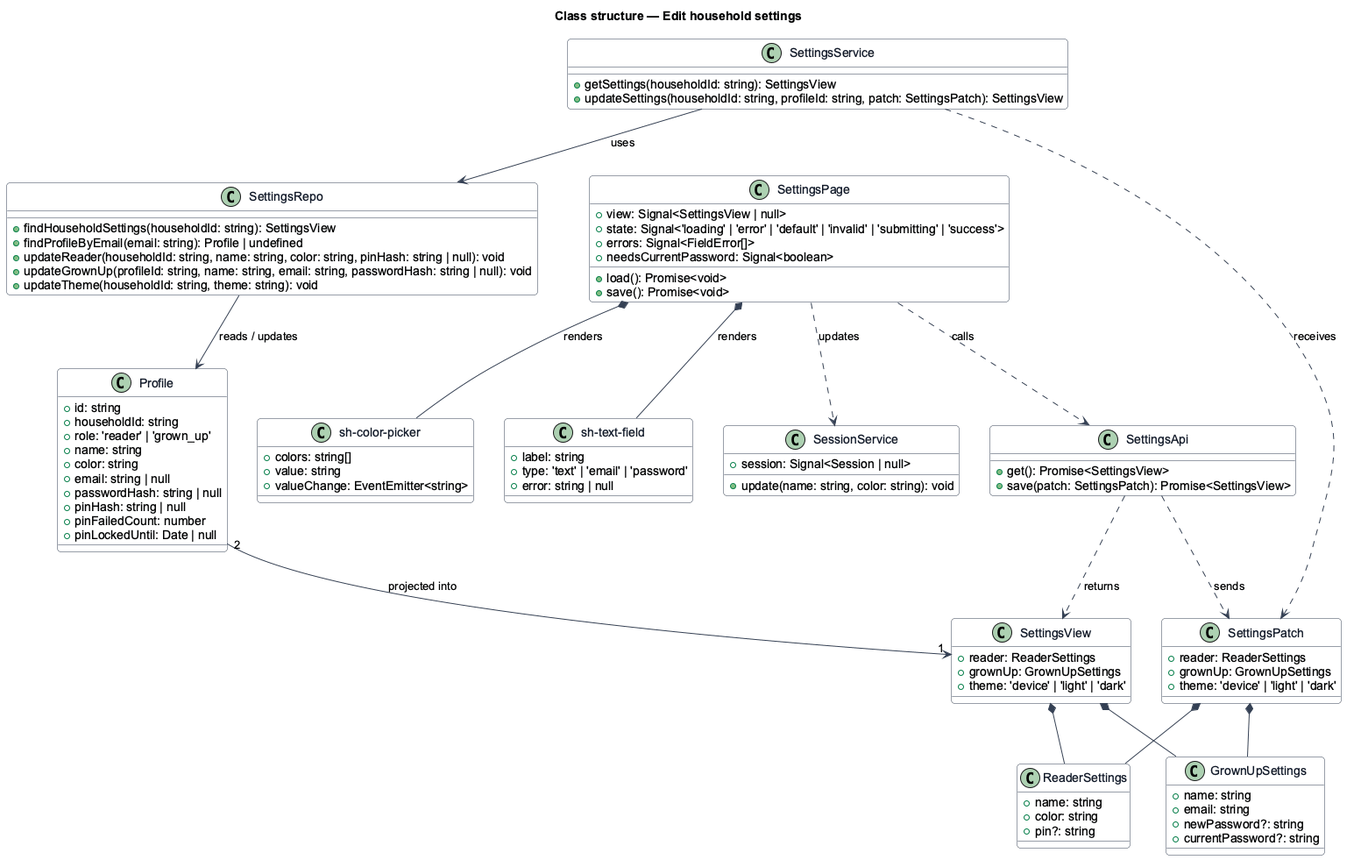
The PlantUML diagram docs/detailed-designs/settings/edit-household-settings/diagrams/class-structure.png in QuinntyneBrown/shelfie, before a commit. Source of this version:
```plantuml
@startuml
skinparam backgroundColor #FFFFFF
skinparam shadowing false
skinparam roundcorner 8
skinparam defaultFontName Arial
skinparam ArrowColor #344054
skinparam class {
  BorderColor #344054
  FontColor #101828
  BackgroundColor #F9FAFB
}
title Class structure — Edit household settings

class SettingsPage {
  +view: Signal<SettingsView | null>
  +state: Signal<'loading' | 'error' | 'default' | 'invalid' | 'submitting' | 'success'>
  +errors: Signal<FieldError[]>
  +needsCurrentPassword: Signal<boolean>
  +load(): Promise<void>
  +save(): Promise<void>
}

class "sh-color-picker" as ColorPicker {
  +colors: string[]
  +value: string
  +valueChange: EventEmitter<string>
}

class "sh-text-field" as TextField {
  +label: string
  +type: 'text' | 'email' | 'password'
  +error: string | null
}

class SettingsApi {
  +get(): Promise<SettingsView>
  +save(patch: SettingsPatch): Promise<SettingsView>
}

class SessionService {
  +session: Signal<Session | null>
  +update(name: string, color: string): void
}

class SettingsView {
  +reader: ReaderSettings
  +grownUp: GrownUpSettings
  +theme: 'device' | 'light' | 'dark'
}

class SettingsPatch {
  +reader: ReaderSettings
  +grownUp: GrownUpSettings
  +theme: 'device' | 'light' | 'dark'
}

class ReaderSettings {
  +name: string
  +color: string
  +pin?: string
}

class GrownUpSettings {
  +name: string
  +email: string
  +newPassword?: string
  +currentPassword?: string
}

class Profile {
  +id: string
  +householdId: string
  +role: 'reader' | 'grown_up'
  +name: string
  +color: string
  +email: string | null
  +passwordHash: string | null
  +pinHash: string | null
  +pinFailedCount: number
  +pinLockedUntil: Date | null
}

class SettingsService {
  +getSettings(householdId: string): SettingsView
  +updateSettings(householdId: string, profileId: string, patch: SettingsPatch): SettingsView
}

class SettingsRepo {
  +findHouseholdSettings(householdId: string): SettingsView
  +findProfileByEmail(email: string): Profile | undefined
  +updateReader(householdId: string, name: string, color: string, pinHash: string | null): void
  +updateGrownUp(profileId: string, name: string, email: string, passwordHash: string | null): void
  +updateTheme(householdId: string, theme: string): void
}

SettingsPage *-- ColorPicker : renders
SettingsPage *-- TextField : renders
SettingsPage ..> SettingsApi : calls
SettingsPage ..> SessionService : updates
SettingsApi ..> SettingsPatch : sends
SettingsApi ..> SettingsView : returns
SettingsView *-- ReaderSettings
SettingsView *-- GrownUpSettings
SettingsPatch *-- ReaderSettings
SettingsPatch *-- GrownUpSettings
SettingsService ..> SettingsPatch : receives
SettingsService --> SettingsRepo : uses
SettingsRepo --> Profile : reads / updates
Profile "2" --> "1" SettingsView : projected into
@enduml
```
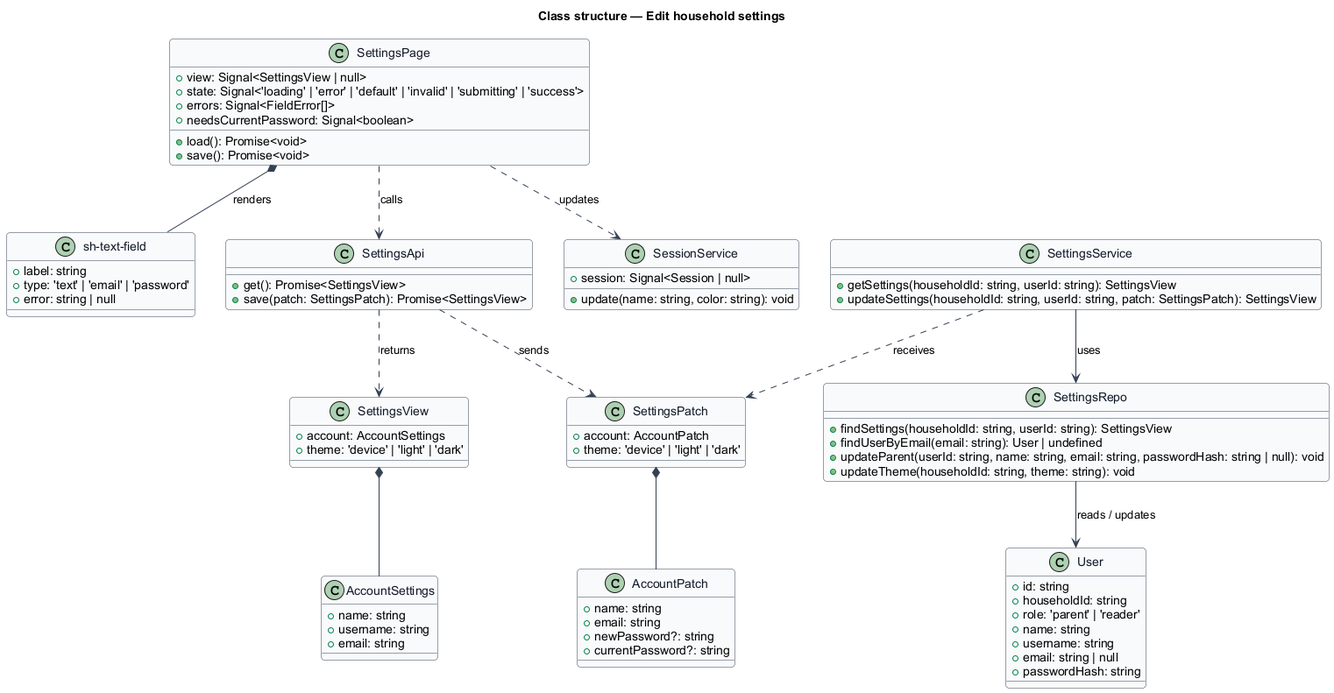
Later version of the same file.

What changed in the source:
```diff
@@ -20,12 +20,6 @@
   +save(): Promise<void>
 }
 
-class "sh-color-picker" as ColorPicker {
-  +colors: string[]
-  +value: string
-  +valueChange: EventEmitter<string>
-}
-
 class "sh-text-field" as TextField {
   +label: string
   +type: 'text' | 'email' | 'password'
@@ -43,68 +37,58 @@
 }
 
 class SettingsView {
-  +reader: ReaderSettings
-  +grownUp: GrownUpSettings
+  +account: AccountSettings
   +theme: 'device' | 'light' | 'dark'
 }
 
 class SettingsPatch {
-  +reader: ReaderSettings
-  +grownUp: GrownUpSettings
+  +account: AccountPatch
   +theme: 'device' | 'light' | 'dark'
 }
 
-class ReaderSettings {
+class AccountSettings {
   +name: string
-  +color: string
-  +pin?: string
+  +username: string
+  +email: string
 }
 
-class GrownUpSettings {
+class AccountPatch {
   +name: string
   +email: string
   +newPassword?: string
   +currentPassword?: string
 }
 
-class Profile {
+class User {
   +id: string
   +householdId: string
-  +role: 'reader' | 'grown_up'
+  +role: 'parent' | 'reader'
   +name: string
-  +color: string
+  +username: string
   +email: string | null
-  +passwordHash: string | null
-  +pinHash: string | null
-  +pinFailedCount: number
-  +pinLockedUntil: Date | null
+  +passwordHash: string
 }
 
 class SettingsService {
-  +getSettings(householdId: string): SettingsView
-  +updateSettings(householdId: string, profileId: string, patch: SettingsPatch): SettingsView
+  +getSettings(householdId: string, userId: string): SettingsView
+  +updateSettings(householdId: string, userId: string, patch: SettingsPatch): SettingsView
 }
 
 class SettingsRepo {
-  +findHouseholdSettings(householdId: string): SettingsView
-  +findProfileByEmail(email: string): Profile | undefined
-  +updateReader(householdId: string, name: string, color: string, pinHash: string | null): void
-  +updateGrownUp(profileId: string, name: string, email: string, passwordHash: string | null): void
+  +findSettings(householdId: string, userId: string): SettingsView
+  +findUserByEmail(email: string): User | undefined
+  +updateParent(userId: string, name: string, email: string, passwordHash: string | null): void
   +updateTheme(householdId: string, theme: string): void
 }
 
-SettingsPage *-- ColorPicker : renders
 SettingsPage *-- TextField : renders
 SettingsPage ..> SettingsApi : calls
 SettingsPage ..> SessionService : updates
 SettingsApi ..> SettingsPatch : sends
 SettingsApi ..> SettingsView : returns
-SettingsView *-- ReaderSettings
-SettingsView *-- GrownUpSettings
-SettingsPatch *-- ReaderSettings
-SettingsPatch *-- GrownUpSettings
+SettingsView *-- AccountSettings
+SettingsPatch *-- AccountPatch
 SettingsService ..> SettingsPatch : receives
 SettingsService --> SettingsRepo : uses
-SettingsRepo --> Profile : reads / updates
-Profile "2" --> "1" SettingsView : projected into
+SettingsRepo --> User : reads / updates
 @enduml
```
